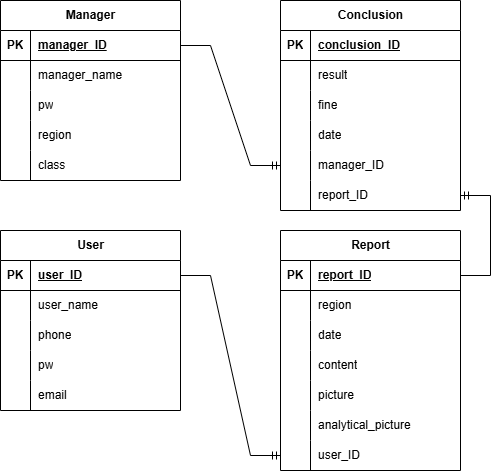
Before: Kyonggi Traffic Solution.drawio.png, a diagram exported from draw.io (ParkerQH/Kyonggi-Traffic-Solution_Web). Source tidied: cells renumbered, new cells last; positions are measured from the earlier drawing's top-left corner, leaving out a move shared by most shapes.
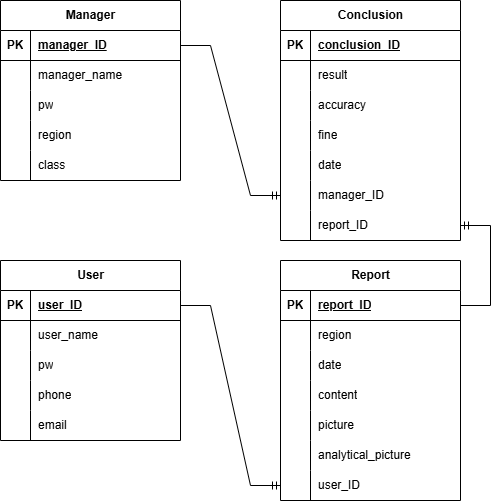
The same diagram one commit later.

What changed in the source:
```diff
@@ -51,7 +51,7 @@
       <mxGeometry x="30" width="150" height="30" as="geometry" />
     </mxCell>
     <mxCell id="18" value="User" style="shape=table;startSize=30;rowLines=0;fontStyle=1;align=center;html=1;" parent="1" vertex="1">
-      <mxGeometry y="230" width="180" height="180" as="geometry" />
+      <mxGeometry y="260" width="180" height="180" as="geometry" />
     </mxCell>
     <mxCell id="19" style="shape=tableRow;horizontal=0;startSize=0;swimlaneHead=0;swimlaneBody=0;fillColor=none;points=[[0,0.5],[1,0.5]];portConstraint=eastwest;top=0;left=0;right=0;bottom=1;" parent="18" vertex="1">
       <mxGeometry y="30" width="180" height="30" as="geometry" />
@@ -71,8 +71,17 @@
     <mxCell id="24" value="user_name" style="shape=partialRectangle;fillColor=none;top=0;left=0;bottom=0;right=0;align=left;spacingLeft=6;overflow=hidden;whiteSpace=wrap;html=1;" parent="22" vertex="1">
       <mxGeometry x="30" width="150" height="30" as="geometry" />
     </mxCell>
+    <mxCell id="28" style="shape=tableRow;horizontal=0;startSize=0;swimlaneHead=0;swimlaneBody=0;fillColor=none;top=0;left=0;right=0;bottom=0;" parent="18" vertex="1">
+      <mxGeometry y="90" width="180" height="30" as="geometry" />
+    </mxCell>
+    <mxCell id="29" style="shape=partialRectangle;fillColor=none;top=0;left=0;bottom=0;right=0;overflow=hidden;whiteSpace=wrap;html=1;" parent="28" vertex="1">
+      <mxGeometry width="30" height="30" as="geometry" />
+    </mxCell>
+    <mxCell id="30" value="pw" style="shape=partialRectangle;fillColor=none;top=0;left=0;bottom=0;right=0;align=left;spacingLeft=6;overflow=hidden;whiteSpace=wrap;html=1;" parent="28" vertex="1">
+      <mxGeometry x="30" width="150" height="30" as="geometry" />
+    </mxCell>
     <mxCell id="25" style="shape=tableRow;horizontal=0;startSize=0;swimlaneHead=0;swimlaneBody=0;fillColor=none;top=0;left=0;right=0;bottom=0;" parent="18" vertex="1">
-      <mxGeometry y="90" width="180" height="30" as="geometry" />
+      <mxGeometry y="120" width="180" height="30" as="geometry" />
     </mxCell>
     <mxCell id="26" style="shape=partialRectangle;fillColor=none;top=0;left=0;bottom=0;right=0;overflow=hidden;whiteSpace=wrap;html=1;" parent="25" vertex="1">
       <mxGeometry width="30" height="30" as="geometry" />
@@ -80,15 +89,6 @@
     <mxCell id="27" value="phone" style="shape=partialRectangle;fillColor=none;top=0;left=0;bottom=0;right=0;align=left;spacingLeft=6;overflow=hidden;whiteSpace=wrap;html=1;" parent="25" vertex="1">
       <mxGeometry x="30" width="150" height="30" as="geometry" />
     </mxCell>
-    <mxCell id="28" style="shape=tableRow;horizontal=0;startSize=0;swimlaneHead=0;swimlaneBody=0;fillColor=none;top=0;left=0;right=0;bottom=0;" parent="18" vertex="1">
-      <mxGeometry y="120" width="180" height="30" as="geometry" />
-    </mxCell>
-    <mxCell id="29" style="shape=partialRectangle;fillColor=none;top=0;left=0;bottom=0;right=0;overflow=hidden;whiteSpace=wrap;html=1;" parent="28" vertex="1">
-      <mxGeometry width="30" height="30" as="geometry" />
-    </mxCell>
-    <mxCell id="30" value="pw" style="shape=partialRectangle;fillColor=none;top=0;left=0;bottom=0;right=0;align=left;spacingLeft=6;overflow=hidden;whiteSpace=wrap;html=1;" parent="28" vertex="1">
-      <mxGeometry x="30" width="150" height="30" as="geometry" />
-    </mxCell>
     <mxCell id="31" style="shape=tableRow;horizontal=0;startSize=0;swimlaneHead=0;swimlaneBody=0;fillColor=none;top=0;left=0;right=0;bottom=0;" parent="18" vertex="1">
       <mxGeometry y="150" width="180" height="30" as="geometry" />
     </mxCell>
@@ -99,7 +99,7 @@
       <mxGeometry x="30" width="150" height="30" as="geometry" />
     </mxCell>
     <mxCell id="34" value="Report" style="shape=table;startSize=30;rowLines=0;fontStyle=1;align=center;html=1;" parent="1" vertex="1">
-      <mxGeometry x="280" y="230" width="180" height="240" as="geometry" />
+      <mxGeometry x="280" y="260" width="180" height="240" as="geometry" />
     </mxCell>
     <mxCell id="35" style="shape=tableRow;horizontal=0;startSize=0;swimlaneHead=0;swimlaneBody=0;fillColor=none;points=[[0,0.5],[1,0.5]];portConstraint=eastwest;top=0;left=0;right=0;bottom=1;" parent="34" vertex="1">
       <mxGeometry y="30" width="180" height="30" as="geometry" />
@@ -168,7 +168,7 @@
       <mxGeometry relative="1" as="geometry" />
     </mxCell>
     <mxCell id="57" value="Conclusion" style="shape=table;startSize=30;rowLines=0;fontStyle=1;align=center;html=1;" parent="1" vertex="1">
-      <mxGeometry x="280" width="180" height="210" as="geometry" />
+      <mxGeometry x="280" width="180" height="240" as="geometry" />
     </mxCell>
     <mxCell id="58" style="shape=tableRow;horizontal=0;startSize=0;swimlaneHead=0;swimlaneBody=0;fillColor=none;top=0;left=0;right=0;bottom=1;" parent="57" vertex="1">
       <mxGeometry y="30" width="180" height="30" as="geometry" />
@@ -188,8 +188,17 @@
     <mxCell id="63" value="result" style="shape=partialRectangle;fillColor=none;top=0;left=0;bottom=0;right=0;align=left;spacingLeft=6;overflow=hidden;whiteSpace=wrap;html=1;" parent="61" vertex="1">
       <mxGeometry x="30" width="150" height="30" as="geometry" />
     </mxCell>
+    <mxCell id="78" style="shape=tableRow;horizontal=0;startSize=0;swimlaneHead=0;swimlaneBody=0;fillColor=none;top=0;left=0;right=0;bottom=0;" parent="57" vertex="1">
+      <mxGeometry y="90" width="180" height="30" as="geometry" />
+    </mxCell>
+    <mxCell id="79" style="shape=partialRectangle;fillColor=none;top=0;left=0;bottom=0;right=0;overflow=hidden;whiteSpace=wrap;html=1;" parent="78" vertex="1">
+      <mxGeometry width="30" height="30" as="geometry" />
+    </mxCell>
+    <mxCell id="80" value="accuracy" style="shape=partialRectangle;fillColor=none;top=0;left=0;bottom=0;right=0;align=left;spacingLeft=6;overflow=hidden;whiteSpace=wrap;html=1;" parent="78" vertex="1">
+      <mxGeometry x="30" width="150" height="30" as="geometry" />
+    </mxCell>
     <mxCell id="64" style="shape=tableRow;horizontal=0;startSize=0;swimlaneHead=0;swimlaneBody=0;fillColor=none;top=0;left=0;right=0;bottom=0;" parent="57" vertex="1">
-      <mxGeometry y="90" width="180" height="30" as="geometry" />
+      <mxGeometry y="120" width="180" height="30" as="geometry" />
     </mxCell>
     <mxCell id="65" style="shape=partialRectangle;fillColor=none;top=0;left=0;bottom=0;right=0;overflow=hidden;whiteSpace=wrap;html=1;" parent="64" vertex="1">
       <mxGeometry width="30" height="30" as="geometry" />
@@ -198,7 +207,7 @@
       <mxGeometry x="30" width="150" height="30" as="geometry" />
     </mxCell>
     <mxCell id="67" style="shape=tableRow;horizontal=0;startSize=0;swimlaneHead=0;swimlaneBody=0;fillColor=none;top=0;left=0;right=0;bottom=0;" parent="57" vertex="1">
-      <mxGeometry y="120" width="180" height="30" as="geometry" />
+      <mxGeometry y="150" width="180" height="30" as="geometry" />
     </mxCell>
     <mxCell id="68" style="shape=partialRectangle;fillColor=none;top=0;left=0;bottom=0;right=0;overflow=hidden;whiteSpace=wrap;html=1;" parent="67" vertex="1">
       <mxGeometry width="30" height="30" as="geometry" />
@@ -207,7 +216,7 @@
       <mxGeometry x="30" width="150" height="30" as="geometry" />
     </mxCell>
     <mxCell id="70" style="shape=tableRow;horizontal=0;startSize=0;swimlaneHead=0;swimlaneBody=0;fillColor=none;points=[[0,0.5],[1,0.5]];portConstraint=eastwest;top=0;left=0;right=0;bottom=0;" parent="57" vertex="1">
-      <mxGeometry y="150" width="180" height="30" as="geometry" />
+      <mxGeometry y="180" width="180" height="30" as="geometry" />
     </mxCell>
     <mxCell id="71" style="shape=partialRectangle;fillColor=none;top=0;left=0;bottom=0;right=0;overflow=hidden;whiteSpace=wrap;html=1;" parent="70" vertex="1">
       <mxGeometry width="30" height="30" as="geometry" />
@@ -216,7 +225,7 @@
       <mxGeometry x="30" width="150" height="30" as="geometry" />
     </mxCell>
     <mxCell id="73" style="shape=tableRow;horizontal=0;startSize=0;swimlaneHead=0;swimlaneBody=0;fillColor=none;points=[[0,0.5],[1,0.5]];portConstraint=eastwest;top=0;left=0;right=0;bottom=0;" parent="57" vertex="1">
-      <mxGeometry y="180" width="180" height="30" as="geometry" />
+      <mxGeometry y="210" width="180" height="30" as="geometry" />
     </mxCell>
     <mxCell id="74" style="shape=partialRectangle;fillColor=none;top=0;left=0;bottom=0;right=0;overflow=hidden;whiteSpace=wrap;html=1;" parent="73" vertex="1">
       <mxGeometry width="30" height="30" as="geometry" />
```
